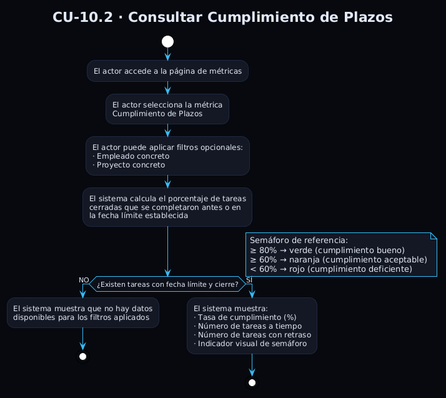
This is Estudiantes/cesar-garcia-eguiguren/Capítulo-2/imagenes/CdU/metricas/flujoCU10.2.png from ceesargaarcia/GII-TFG-2026, a PlantUML export, as it was before one commit.
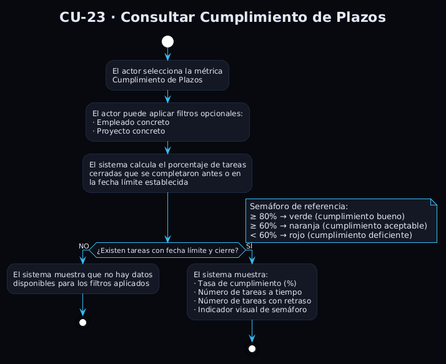
Above is the later version.

Change to the diagram source:
```diff
@@ -9,10 +9,9 @@
 skinparam ActivityDiamondBorderColor #38BDF8
 skinparam NoteBackgroundColor #141824
 skinparam NoteBorderColor #38BDF8
-title CU-10.2 · Consultar Cumplimiento de Plazos
+title CU-23 · Consultar Cumplimiento de Plazos
 
 start
-:El actor accede a la página de métricas;
 :El actor selecciona la métrica
 Cumplimiento de Plazos;
 :El actor puede aplicar filtros opcionales:
```
